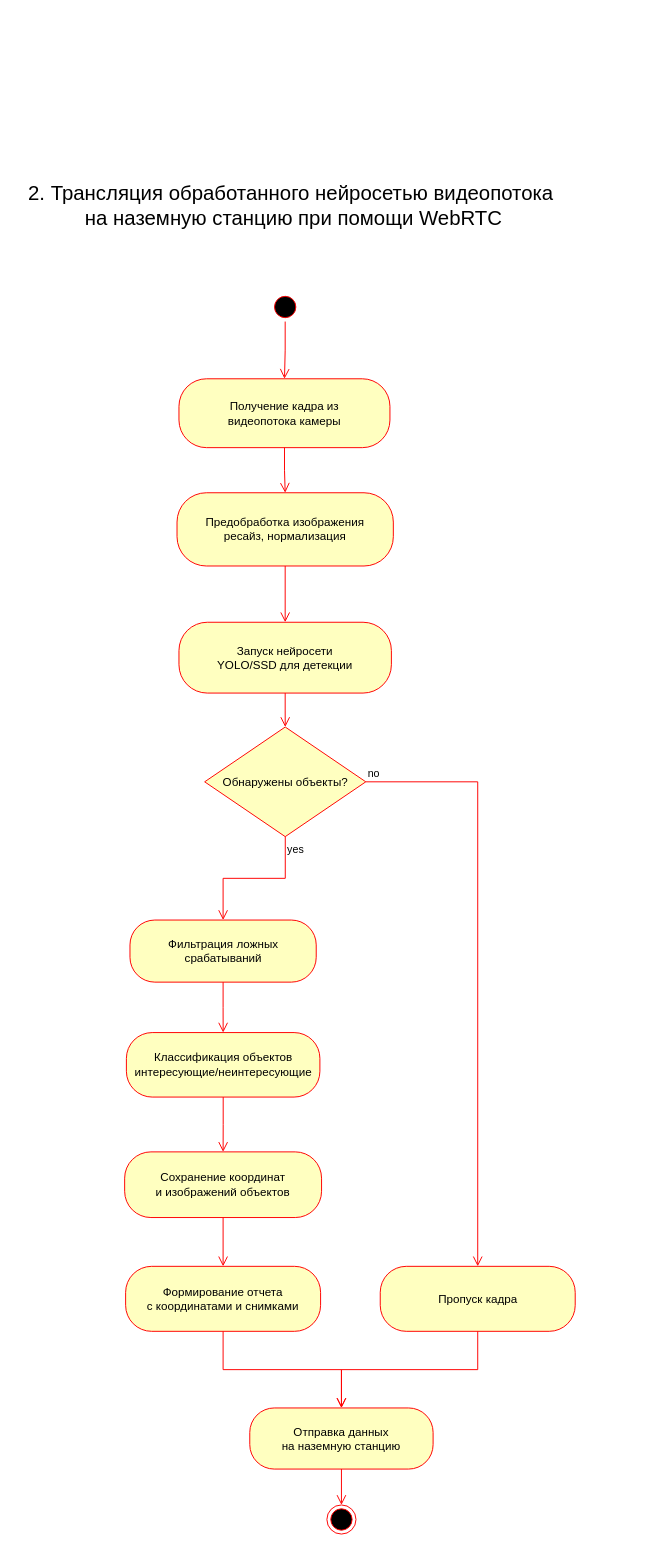
Earlier version of the draw.io diagram src/diagrams/uml-activity/activity2.drawio (zimkov/system-engineering-playbook). Source tidied: cells renumbered, new cells numbered last; positions are measured from the earlier drawing's top-left corner, leaving out a move shared by most shapes. Both pictures are drawn from the tidied source at 97%, with x=0, y=0 at pixel (16, 176).
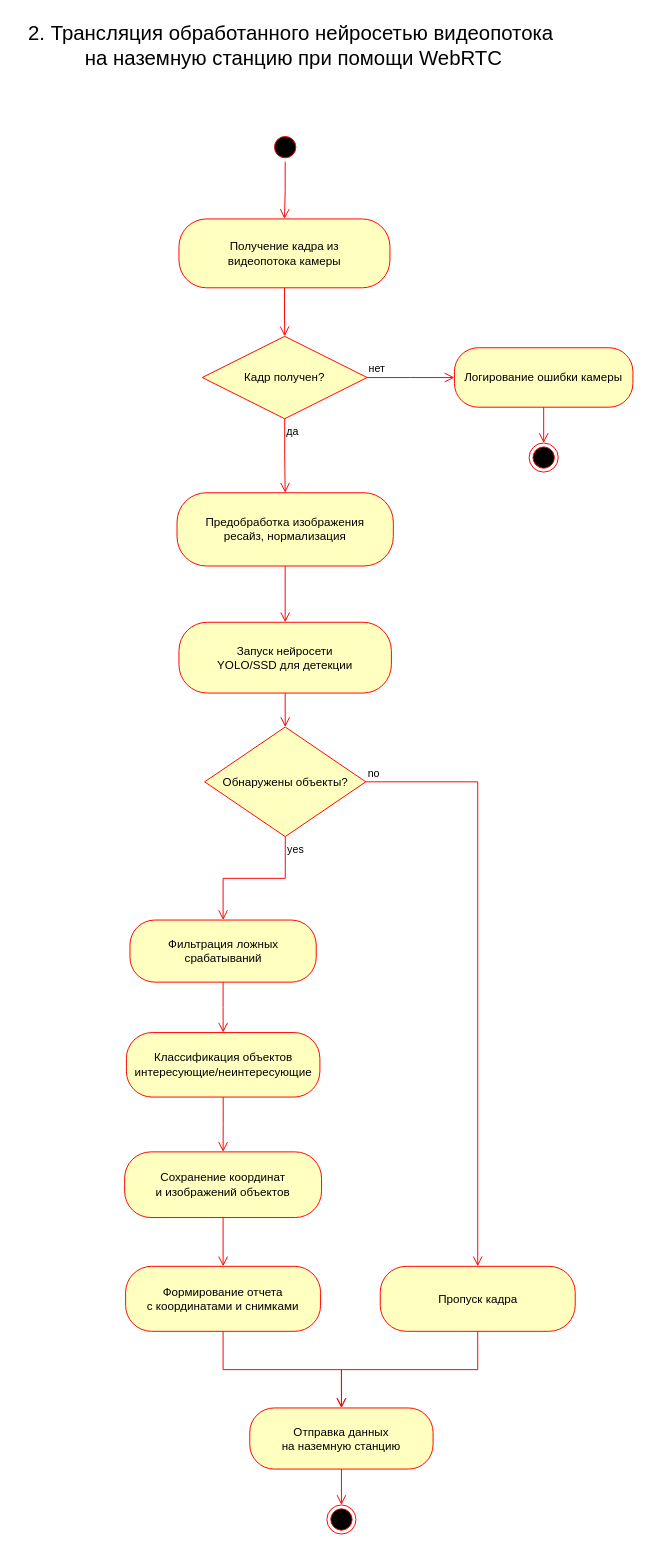
The same page after the edit.

The change refers to these unchanged cells:
```xml
<mxCell id="7" value="&lt;font style=&quot;color: rgb(0, 0, 0);&quot;&gt;Предобработка изображения&lt;br style=&quot;padding: 0px; margin: 0px;&quot;&gt;ресайз, нормализация&lt;/font&gt;" style="rounded=1;whiteSpace=wrap;html=1;arcSize=40;fontColor=#000000;fillColor=#ffffc0;strokeColor=#ff0000;" parent="1" vertex="1">
  <mxGeometry x="165" y="326.5" width="223" height="75.5" as="geometry" />
</mxCell>
```

Diff of the diagram source:
```diff
@@
     <mxCell id="2" value="&lt;div&gt;2. Трансляция обработанного нейросетью видеопотока&amp;nbsp;&lt;/div&gt;&lt;div&gt;на наземную станцию при помощи WebRTC&lt;/div&gt;" style="text;html=1;align=center;verticalAlign=middle;strokeColor=none;fillColor=none;fontSize=21;" parent="1" vertex="1">
-      <mxGeometry width="570" height="60" as="geometry" />
+      <mxGeometry y="-164.8" width="570" height="60" as="geometry" />
     </mxCell>
     <mxCell id="3" style="ellipse;html=1;shape=startState;fillColor=#000000;strokeColor=#ff0000;" parent="1" vertex="1">
-      <mxGeometry x="261.5" y="120" width="30" height="30" as="geometry" />
+      <mxGeometry x="261.5" y="-44.8" width="30" height="30" as="geometry" />
     </mxCell>
@@
     <mxCell id="5" value="&lt;font style=&quot;color: rgb(0, 0, 0);&quot;&gt;Получение кадра из&lt;br style=&quot;padding: 0px; margin: 0px;&quot;&gt;видеопотока камеры&lt;/font&gt;" style="rounded=1;whiteSpace=wrap;html=1;arcSize=40;fontColor=#000000;fillColor=#ffffc0;strokeColor=#ff0000;" parent="1" vertex="1">
-      <mxGeometry x="167" y="209" width="217.5" height="71" as="geometry" />
+      <mxGeometry x="167" y="44.2" width="217.5" height="71" as="geometry" />
     </mxCell>
-    <mxCell id="6" style="edgeStyle=orthogonalEdgeStyle;html=1;verticalAlign=bottom;endArrow=open;endSize=8;strokeColor=#ff0000;rounded=0;entryX=0.5;entryY=0;entryDx=0;entryDy=0;" parent="1" edge="1" source="5" target="7">
+    <mxCell id="6" style="edgeStyle=orthogonalEdgeStyle;html=1;verticalAlign=bottom;endArrow=open;endSize=8;strokeColor=#ff0000;rounded=0;" parent="1" edge="1" source="5" target="27">
       <mxGeometry relative="1" as="geometry" />
     </mxCell>
@@
+    <mxCell id="27" value="Кадр получен?" style="rhombus;whiteSpace=wrap;html=1;fontColor=#000000;fillColor=#ffffc0;strokeColor=#ff0000;" parent="1" vertex="1">
+      <mxGeometry x="191" y="165.2" width="170" height="85" as="geometry" />
+    </mxCell>
+    <mxCell id="28" value="нет" style="edgeStyle=orthogonalEdgeStyle;html=1;align=left;verticalAlign=bottom;endArrow=open;endSize=8;strokeColor=#ff0000;rounded=0;" parent="1" edge="1" source="27" target="30">
+      <mxGeometry x="-1" relative="1" as="geometry" />
+    </mxCell>
+    <mxCell id="29" value="да" style="edgeStyle=orthogonalEdgeStyle;html=1;align=left;verticalAlign=top;endArrow=open;endSize=8;strokeColor=#ff0000;rounded=0;" parent="1" edge="1" source="27" target="7">
+      <mxGeometry x="-1" relative="1" as="geometry" />
+    </mxCell>
+    <mxCell id="30" value="Логирование ошибки камеры" style="rounded=1;whiteSpace=wrap;html=1;arcSize=40;fontColor=#000000;fillColor=#ffffc0;strokeColor=#ff0000;" parent="1" vertex="1">
+      <mxGeometry x="451" y="177" width="184" height="61.3" as="geometry" />
+    </mxCell>
+    <mxCell id="31" style="edgeStyle=orthogonalEdgeStyle;html=1;verticalAlign=bottom;endArrow=open;endSize=8;strokeColor=#ff0000;rounded=0;" parent="1" edge="1" source="30" target="32">
+      <mxGeometry relative="1" as="geometry" />
+    </mxCell>
+    <mxCell id="32" style="ellipse;html=1;shape=endState;fillColor=#000000;strokeColor=#ff0000;" parent="1" vertex="1">
+      <mxGeometry x="528" y="275.2" width="30" height="30" as="geometry" />
+    </mxCell>
```
